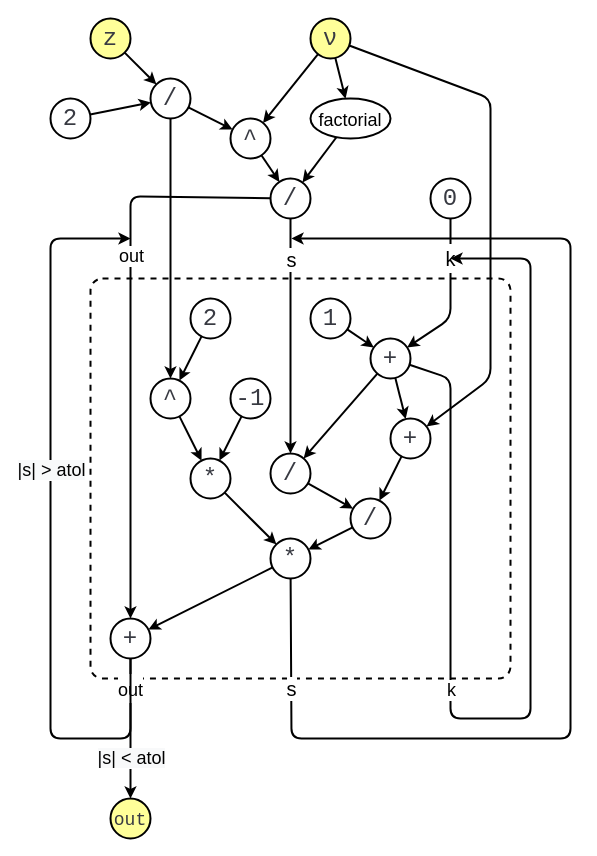
The draw.io diagram images/computational_graph.drawio in GiggleLiu/nilangpaper, before the edit. Source tidied: cells renumbered, new cells numbered last; positions are measured from the earlier drawing's top-left corner, leaving out a move shared by most shapes. Both pictures are drawn from the tidied source at 100%, with x=0, y=0 at pixel (50, 18).
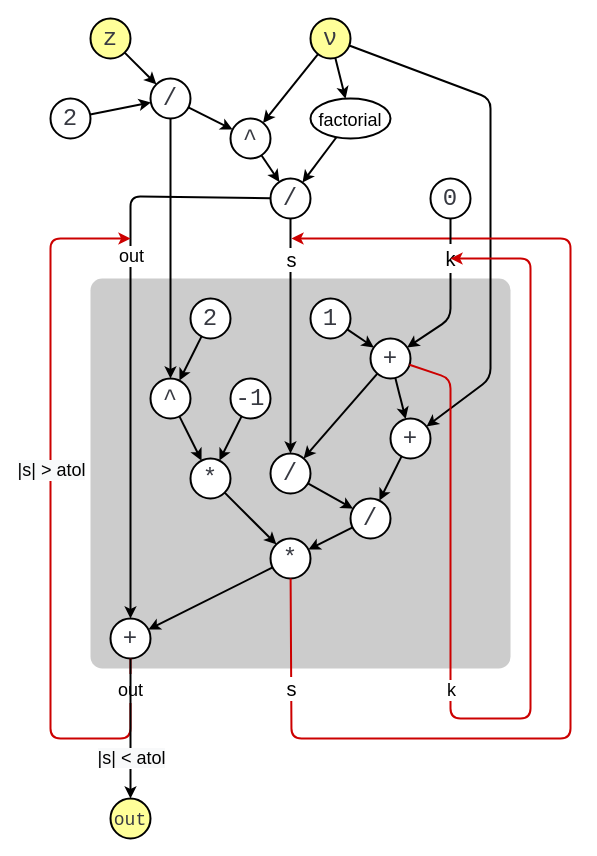
The same diagram, later.

Commit message (it also covers changes not shown here):
update computational graph

Unchanged cells that the change refers to:
```xml
<mxCell id="21" value="&lt;font color=&quot;#383a42&quot; face=&quot;consolas, sans-serif&quot; style=&quot;font-size: 24px&quot;&gt;&lt;span style=&quot;font-size: 24px ; white-space: pre-wrap&quot;&gt;*&lt;/span&gt;&lt;/font&gt;" style="ellipse;whiteSpace=wrap;html=1;strokeWidth=2;fontSize=24;" parent="1" vertex="1">
  <mxGeometry x="220" y="520" width="40" height="40" as="geometry" />
</mxCell>
<mxCell id="22" value="&lt;font color=&quot;#383a42&quot; face=&quot;consolas, sans-serif&quot; style=&quot;font-size: 24px&quot;&gt;&lt;span style=&quot;font-size: 24px ; white-space: pre-wrap&quot;&gt;+&lt;/span&gt;&lt;/font&gt;" style="ellipse;whiteSpace=wrap;html=1;strokeWidth=2;fontSize=24;" parent="1" vertex="1">
  <mxGeometry x="320" y="320" width="40" height="40" as="geometry" />
</mxCell>
<mxCell id="46" value="&lt;font color=&quot;#383a42&quot; face=&quot;consolas, sans-serif&quot; style=&quot;font-size: 24px&quot;&gt;&lt;span style=&quot;font-size: 24px ; white-space: pre-wrap&quot;&gt;+&lt;/span&gt;&lt;/font&gt;" style="ellipse;whiteSpace=wrap;html=1;strokeWidth=2;fontSize=24;" parent="1" vertex="1">
  <mxGeometry x="60" y="600" width="40" height="40" as="geometry" />
</mxCell>
```

What changed in the source:
```diff
@@
-    <mxCell id="16" style="rounded=1;whiteSpace=wrap;html=1;strokeWidth=2;fontSize=24;dashed=1;fillColor=none;arcSize=3;" parent="1" vertex="1">
-      <mxGeometry x="40" y="260" width="420" height="400" as="geometry" />
+    <mxCell id="16" style="rounded=1;whiteSpace=wrap;html=1;strokeWidth=2;fontSize=24;dashed=1;fillColor=#CCCCCC;arcSize=3;strokeColor=none;" parent="1" vertex="1">
+      <mxGeometry x="40" y="260" width="420" height="390" as="geometry" />
     </mxCell>
@@
-    <mxCell id="39" value="s" style="endArrow=classic;html=1;strokeWidth=2;fontSize=20;" parent="1" edge="1" source="21">
+    <mxCell id="39" value="s" style="endArrow=classic;html=1;strokeWidth=2;fontSize=20;strokeColor=#CC0000;" parent="1" edge="1" source="21">
       <mxGeometry x="-0.82" relative="1" as="geometry">
         <mxPoint x="241" y="220" as="targetPoint" />
         <Array as="points">
           <mxPoint x="241" y="720" />
           <mxPoint x="520" y="720" />
           <mxPoint x="520" y="220" />
         </Array>
       </mxGeometry>
     </mxCell>
@@
-    <mxCell id="44" style="endArrow=classic;html=1;strokeWidth=2;fontSize=24;" parent="1" edge="1" source="22">
+    <mxCell id="44" style="endArrow=classic;html=1;strokeWidth=2;fontSize=24;strokeColor=#CC0000;" parent="1" edge="1" source="22">
       <mxGeometry relative="1" as="geometry">
         <mxPoint x="400" y="240" as="targetPoint" />
         <Array as="points">
           <mxPoint x="400" y="360" />
           <mxPoint x="400" y="700" />
           <mxPoint x="480" y="700" />
           <mxPoint x="480" y="240" />
         </Array>
       </mxGeometry>
     </mxCell>
@@
-    <mxCell id="50" value="&lt;font style=&quot;font-size: 18px&quot;&gt;out&lt;/font&gt;" style="endArrow=classic;html=1;strokeWidth=2;fontSize=24;" parent="1" edge="1" source="46">
+    <mxCell id="50" value="&lt;font style=&quot;font-size: 18px&quot;&gt;out&lt;/font&gt;" style="endArrow=classic;html=1;strokeWidth=2;fontSize=24;strokeColor=#CC0000;" parent="1" edge="1" source="46">
       <mxGeometry x="-0.92" relative="1" as="geometry">
         <mxPoint x="80" y="220" as="targetPoint" />
         <Array as="points">
           <mxPoint x="80" y="720" />
           <mxPoint y="720" />
           <mxPoint y="220" />
         </Array>
       </mxGeometry>
     </mxCell>
```
